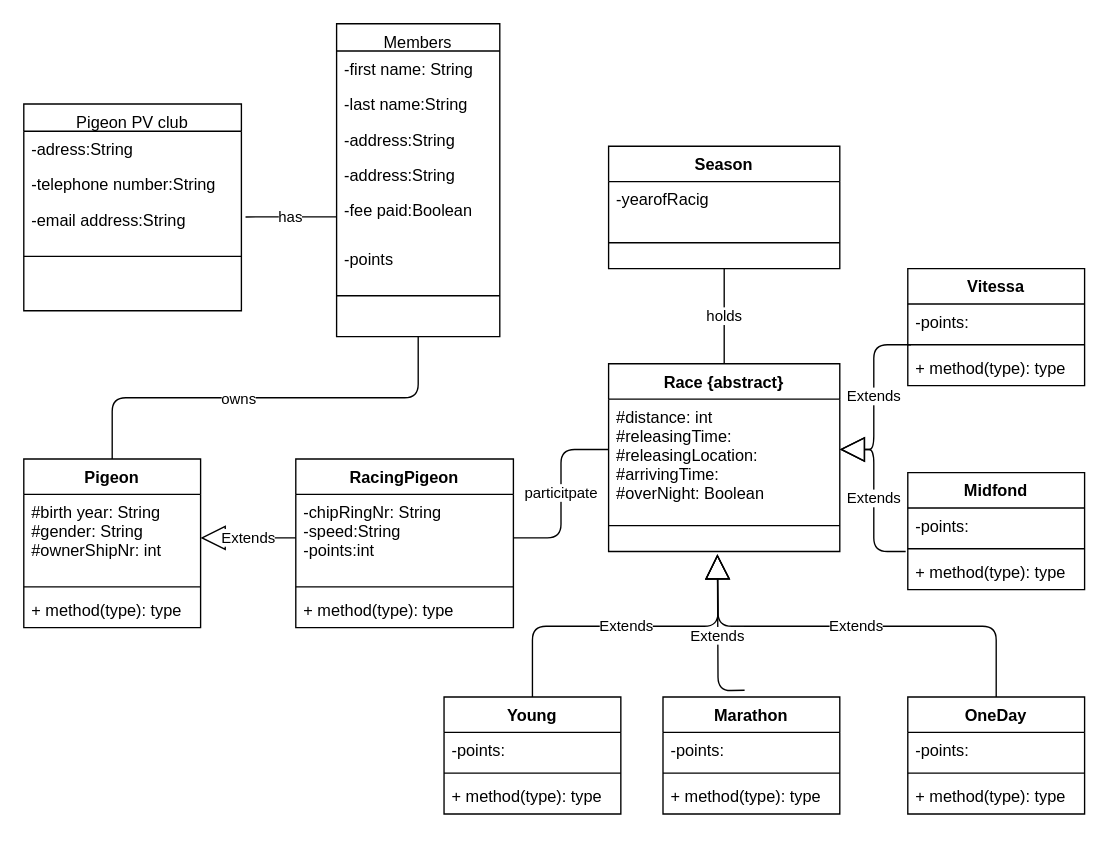
qixiaoling/java-scope keeps this draw.io diagram as Untitled Diagram.drawio. Above is the earlier version. Source tidied: cells renumbered, new cells numbered last; positions are measured from the earlier drawing's top-left corner, leaving out a move shared by most shapes. Both pictures are drawn from the tidied source at 136%, with x=0, y=0 at pixel (23, 23).
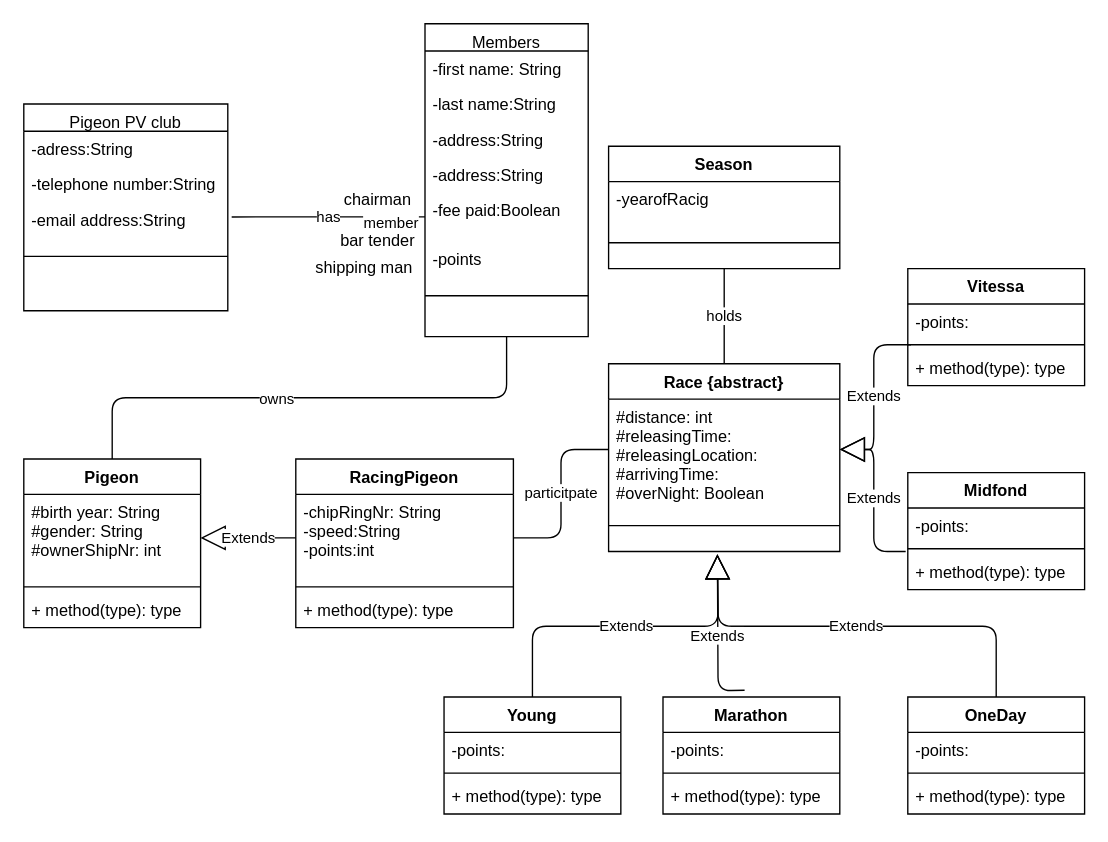
Above is the later version.

Unchanged cells that the change refers to:
```xml
<mxCell id="8" value="has" style="endArrow=none;html=1;entryX=0;entryY=0.5;entryDx=0;entryDy=0;exitX=1.019;exitY=0.306;exitDx=0;exitDy=0;exitPerimeter=0;" parent="1" edge="1" source="12" target="57">
  <mxGeometry relative="1" as="geometry" />
</mxCell>
```

The edit, as a diff of the source:
```diff
@@
+    <mxCell id="60" value="member" style="edgeLabel;html=1;align=center;verticalAlign=middle;" parent="8" vertex="1">
+      <mxGeometry x="0.64" y="-4" relative="1" as="geometry" />
+    </mxCell>
     <mxCell id="9" value="Pigeon PV club" style="swimlane;fontStyle=0;align=center;verticalAlign=top;horizontal=1;startSize=20;rounded=0;shadow=0;strokeWidth=1;" parent="1" vertex="1">
-      <mxGeometry y="59" width="160" height="152" as="geometry" />
+      <mxGeometry y="59" width="150" height="152" as="geometry" />
     </mxCell>
     <mxCell id="10" value="-adress:String" style="text;align=left;verticalAlign=top;spacingLeft=4;spacingRight=4;overflow=hidden;" parent="9" vertex="1">
-      <mxGeometry y="20" width="160" height="26" as="geometry" />
+      <mxGeometry y="20" width="150" height="26" as="geometry" />
     </mxCell>
     <mxCell id="11" value="-telephone number:String&#10;" style="text;align=left;verticalAlign=top;spacingLeft=4;spacingRight=4;overflow=hidden;rounded=0;shadow=0;html=0;" parent="9" vertex="1">
-      <mxGeometry y="46" width="160" height="26" as="geometry" />
+      <mxGeometry y="46" width="150" height="26" as="geometry" />
     </mxCell>
     <mxCell id="12" value="-email address:String" style="text;align=left;verticalAlign=top;spacingLeft=4;spacingRight=4;overflow=hidden;points=[[0,0.5],[1,0.5]];portConstraint=eastwest;rounded=0;shadow=0;html=0;" parent="9" vertex="1">
-      <mxGeometry y="72" width="160" height="36" as="geometry" />
+      <mxGeometry y="72" width="150" height="36" as="geometry" />
     </mxCell>
     <mxCell id="13" style="line;html=1;strokeWidth=1;align=left;verticalAlign=middle;spacingTop=-1;spacingLeft=3;spacingRight=3;labelPosition=right;" parent="9" vertex="1">
-      <mxGeometry y="108" width="160" height="8" as="geometry" />
+      <mxGeometry y="108" width="150" height="8" as="geometry" />
     </mxCell>
@@
+    <mxCell id="61" value="chairman" style="text;html=1;align=center;verticalAlign=middle;" parent="1" vertex="1">
+      <mxGeometry x="230" y="120" width="60" height="20" as="geometry" />
+    </mxCell>
+    <mxCell id="62" value="bar tender&lt;br&gt;" style="text;html=1;align=center;verticalAlign=middle;" parent="1" vertex="1">
+      <mxGeometry x="225" y="150" width="70" height="20" as="geometry" />
+    </mxCell>
+    <mxCell id="63" value="shipping man&lt;br&gt;" style="text;html=1;align=center;verticalAlign=middle;" parent="1" vertex="1">
+      <mxGeometry x="205" y="170" width="90" height="20" as="geometry" />
+    </mxCell>
     <mxCell id="52" value="Members" style="swimlane;fontStyle=0;align=center;verticalAlign=top;horizontal=1;startSize=20;rounded=0;shadow=0;strokeWidth=1;" parent="1" vertex="1">
-      <mxGeometry x="230" width="120" height="230" as="geometry" />
+      <mxGeometry x="295" width="120" height="230" as="geometry" />
     </mxCell>
```
